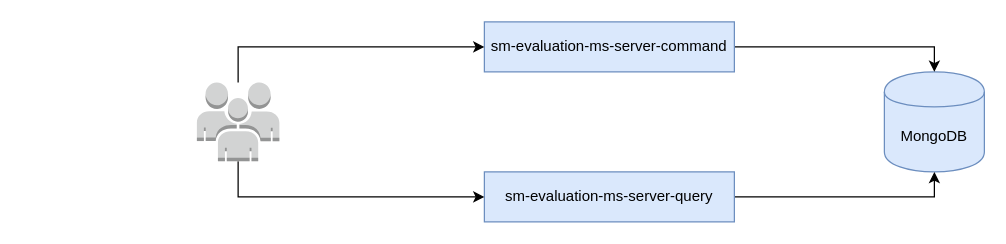
This is architecture.drawio from sebastian-misiewicz/sm-evaluation-microservices, a draw.io file, before an edit. Source tidied: cells renumbered, new cells numbered last; positions are measured from the earlier drawing's top-left corner, leaving out a move shared by most shapes. Both pictures are drawn from the tidied source at 125%, with x=0, y=0 at pixel (196, 21).
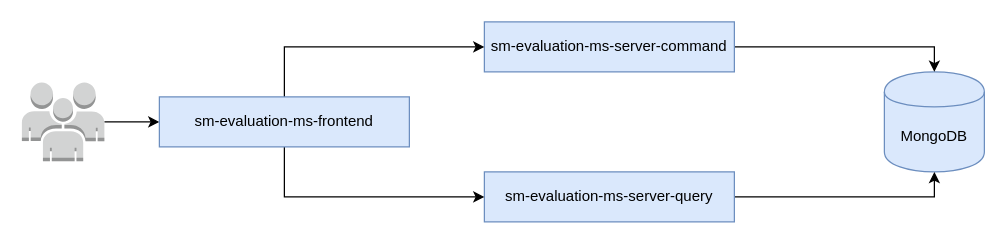
The same page after the edit.

Commit message (it also covers changes not shown here):
Update architecture diagram

Diff of the diagram source:
```diff
@@
 <mxGraphModel>
   <root>
     <mxCell id="0" />
     <mxCell id="1" parent="0" />
     <mxCell id="2" value="MongoDB" style="shape=cylinder;whiteSpace=wrap;html=1;boundedLbl=1;backgroundOutline=1;fillColor=#dae8fc;strokeColor=#6c8ebf;" parent="1" vertex="1">
       <mxGeometry x="550" y="40" width="80" height="80" as="geometry" />
     </mxCell>
     <mxCell id="3" style="edgeStyle=orthogonalEdgeStyle;rounded=0;jettySize=auto;html=1;entryX=0.5;entryY=0;entryDx=0;entryDy=0;" parent="1" edge="1" source="4" target="2">
       <mxGeometry relative="1" as="geometry" />
     </mxCell>
     <mxCell id="4" value="sm-evaluation-ms-server-command" style="rounded=0;whiteSpace=wrap;html=1;fillColor=#dae8fc;strokeColor=#6c8ebf;" parent="1" vertex="1">
       <mxGeometry x="230" width="200" height="40" as="geometry" />
     </mxCell>
     <mxCell id="5" style="edgeStyle=orthogonalEdgeStyle;rounded=0;jettySize=auto;html=1;entryX=0.5;entryY=1;entryDx=0;entryDy=0;" parent="1" edge="1" source="6" target="2">
       <mxGeometry relative="1" as="geometry" />
     </mxCell>
     <mxCell id="6" value="sm-evaluation-ms-server-query" style="rounded=0;whiteSpace=wrap;html=1;fillColor=#dae8fc;strokeColor=#6c8ebf;" parent="1" vertex="1">
       <mxGeometry x="230" y="120" width="200" height="40" as="geometry" />
     </mxCell>
-    <mxCell id="7" style="edgeStyle=orthogonalEdgeStyle;rounded=0;jettySize=auto;html=1;entryX=0;entryY=0.5;entryDx=0;entryDy=0;" parent="1" edge="1" source="9" target="4">
+    <mxCell id="7" style="edgeStyle=orthogonalEdgeStyle;rounded=0;jettySize=auto;html=1;entryX=0;entryY=0.5;entryDx=0;entryDy=0;exitX=0.5;exitY=0;exitDx=0;exitDy=0;" parent="1" edge="1" source="11" target="4">
       <mxGeometry relative="1" as="geometry">
         <Array as="points">
-          <mxPoint x="33" y="20" />
+          <mxPoint x="70" y="20" />
         </Array>
       </mxGeometry>
     </mxCell>
-    <mxCell id="8" style="edgeStyle=orthogonalEdgeStyle;rounded=0;jettySize=auto;html=1;entryX=0;entryY=0.5;entryDx=0;entryDy=0;" parent="1" edge="1" source="9" target="6">
+    <mxCell id="8" style="edgeStyle=orthogonalEdgeStyle;rounded=0;jettySize=auto;html=1;entryX=0;entryY=0.5;entryDx=0;entryDy=0;exitX=0.5;exitY=1;exitDx=0;exitDy=0;" parent="1" edge="1" source="11" target="6">
       <mxGeometry relative="1" as="geometry">
         <Array as="points">
-          <mxPoint x="33" y="140" />
+          <mxPoint x="70" y="140" />
         </Array>
       </mxGeometry>
     </mxCell>
+    <mxCell id="10" style="edgeStyle=orthogonalEdgeStyle;rounded=0;jettySize=auto;html=1;entryX=0;entryY=0.5;entryDx=0;entryDy=0;" parent="1" edge="1" source="9" target="11">
+      <mxGeometry relative="1" as="geometry" />
+    </mxCell>
     <mxCell id="9" style="outlineConnect=0;dashed=0;verticalLabelPosition=bottom;verticalAlign=top;align=center;html=1;shape=mxgraph.aws3.users;fillColor=#D2D3D3;gradientColor=none;" parent="1" vertex="1">
-      <mxGeometry y="48.5" width="66" height="63" as="geometry" />
+      <mxGeometry x="-140" y="48.5" width="66" height="63" as="geometry" />
     </mxCell>
+    <mxCell id="11" value="sm-evaluation-ms-frontend" style="rounded=0;whiteSpace=wrap;html=1;fillColor=#dae8fc;strokeColor=#6c8ebf;" parent="1" vertex="1">
+      <mxGeometry x="-30" y="60" width="200" height="40" as="geometry" />
+    </mxCell>
   </root>
 </mxGraphModel>
```
